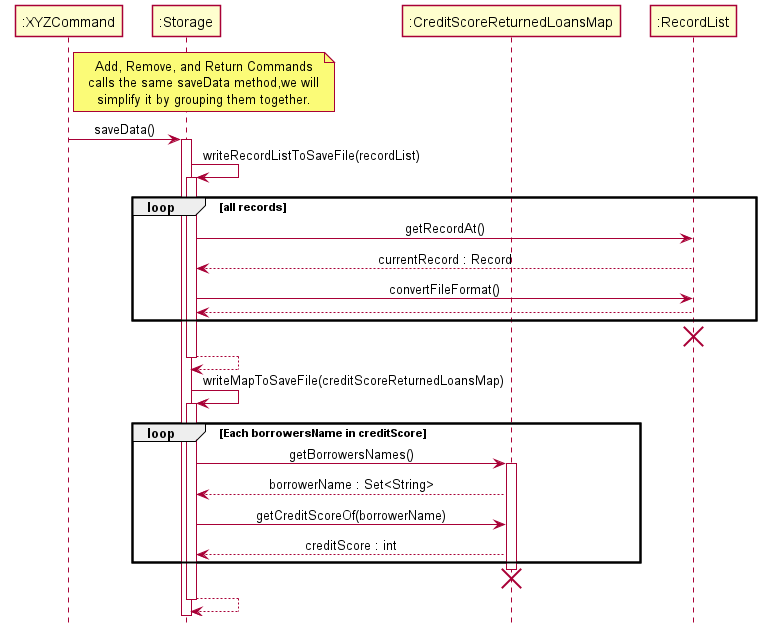
Before: docs/img/StorageSequenceDiagramSave.png, a diagram exported from PlantUML (nus-cs2113-AY2021S2/tp). Source of this version:
```plantuml
@startuml
!include style.puml

Participant ":XYZCommand" as XYZCommand
Participant ":Storage" as Storage
Participant ":CreditScoreReturnedLoansMap" as CSRLM
Participant ":RecordList" as RecordList

note right of XYZCommand
Add, Remove, and Return Commands
calls the same saveData method,we will
simplify it by grouping them together.
end note

XYZCommand -> Storage : saveData()
activate Storage
Storage -> Storage : writeRecordListToSaveFile(recordList)
activate Storage
Loop all records
Storage -> RecordList : getRecordAt()
RecordList --> Storage : currentRecord : Record
Storage -> RecordList : convertFileFormat()
RecordList --> Storage
end loop
destroy RecordList

activate Storage
Storage --> Storage
deactivate Storage
Storage -> Storage : writeMapToSaveFile(creditScoreReturnedLoansMap)

activate Storage
Loop Each borrowersName in creditScore
Storage -> CSRLM : getBorrowersNames()
activate CSRLM
CSRLM --> Storage : borrowerName : Set<String>
Storage -> CSRLM : getCreditScoreOf(borrowerName)
CSRLM --> Storage : creditScore : int
end loop
destroy CSRLM
Storage --> Storage
deactivate Storage

@enduml
```
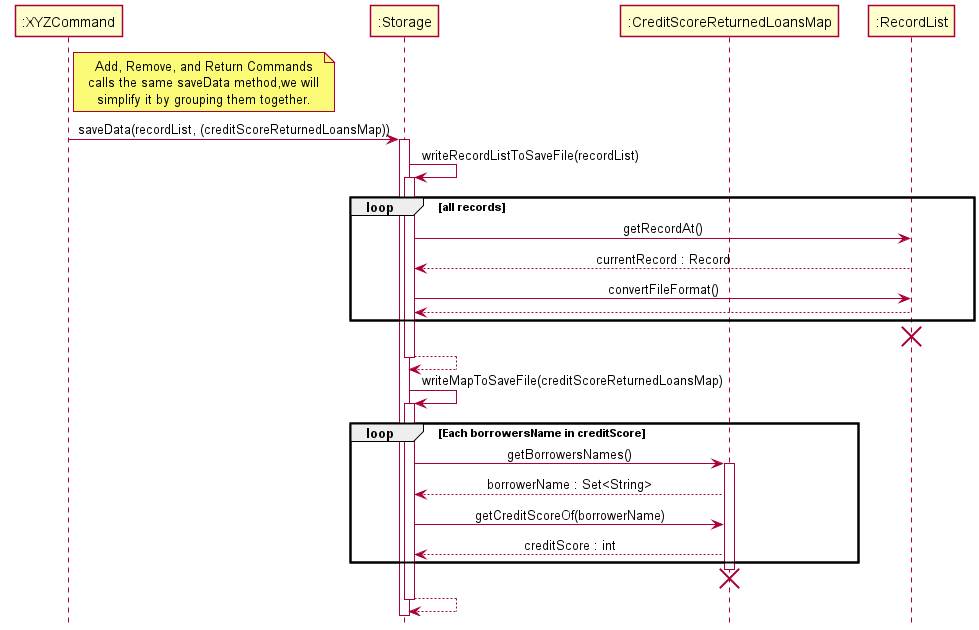
After the change.

The edit, as a diff of the source:
```diff
@@ -12,7 +12,7 @@
 simplify it by grouping them together.
 end note
 
-XYZCommand -> Storage : saveData()
+XYZCommand -> Storage : saveData(recordList, (creditScoreReturnedLoansMap))
 activate Storage
 Storage -> Storage : writeRecordListToSaveFile(recordList)
 activate Storage
```
